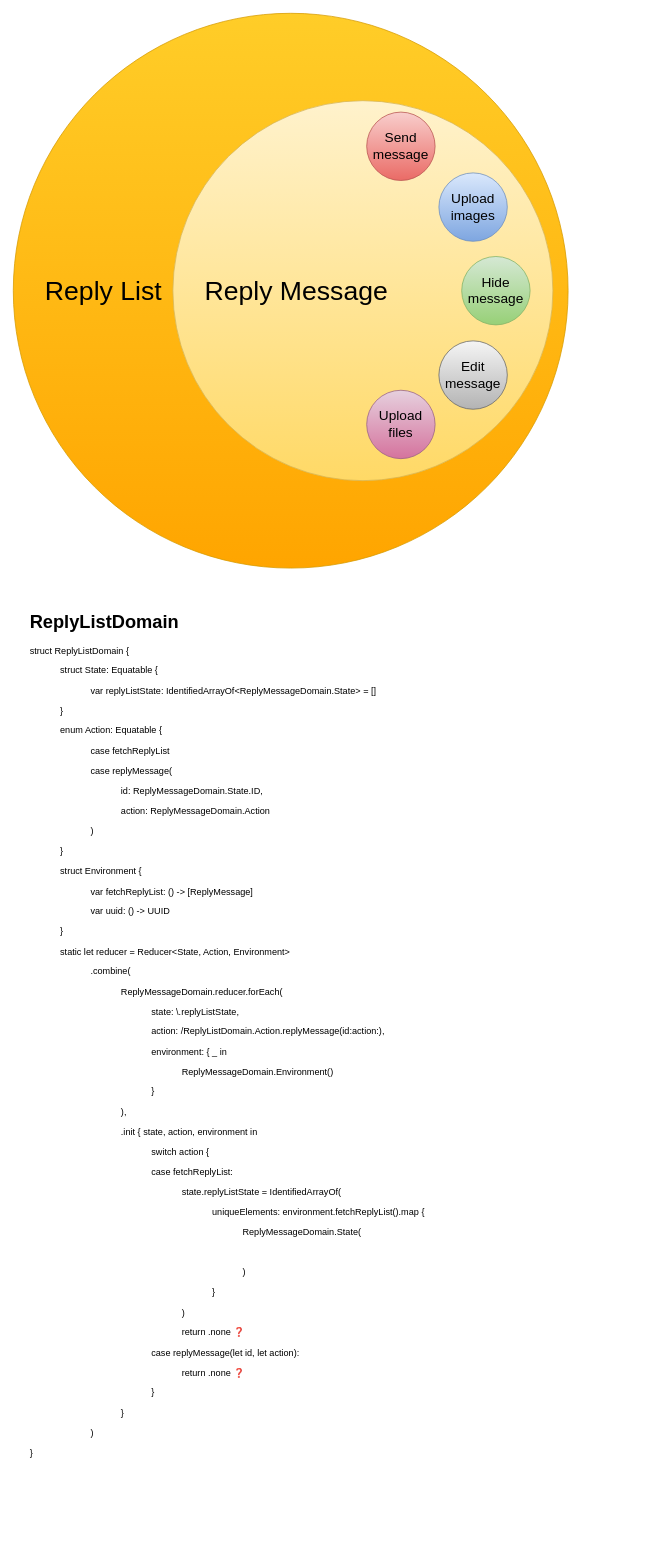
smashandhash/satsuma-apple keeps this draw.io diagram as page "Reply List's TCA" (4 of 4) of Whole App Diagram.drawio. Above is the earlier version. Source tidied: cells renumbered, new cells numbered last; positions are measured from the earlier drawing's top-left corner, leaving out a move shared by most shapes. Both pictures are drawn from the tidied source at 76%, with x=0, y=0 at pixel (13, 13).
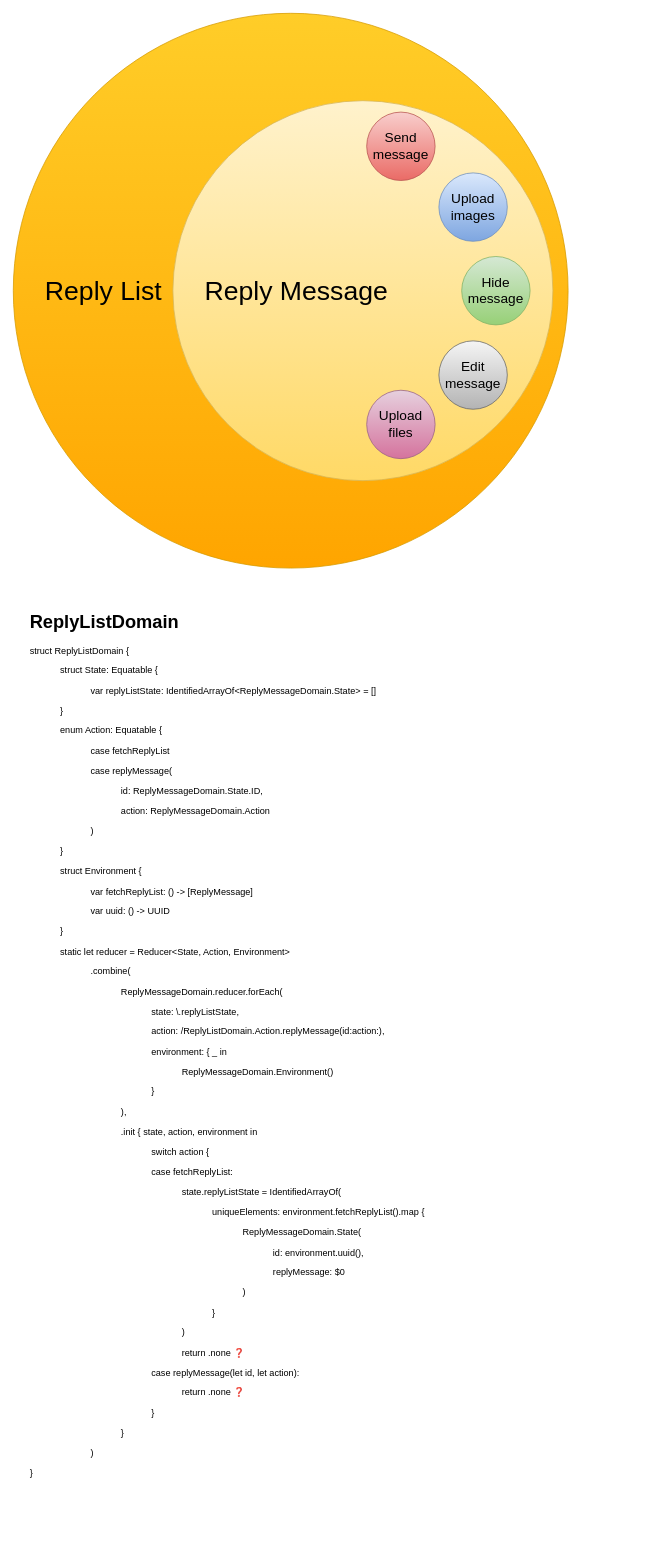
After the change.

Diff of the diagram source:
```diff
@@
 <mxGraphModel>
   <root>
     <mxCell id="0" />
     <mxCell id="1" parent="0" />
     <mxCell id="2" value="&lt;blockquote&gt;&lt;div align=&quot;left&quot;&gt;&lt;font style=&quot;font-size: 35px;&quot;&gt;Reply List&lt;/font&gt;&lt;/div&gt;&lt;/blockquote&gt;" style="ellipse;whiteSpace=wrap;html=1;align=left;fillColor=#ffcd28;strokeColor=#d79b00;gradientColor=#ffa500;" parent="1" vertex="1">
       <mxGeometry width="730" height="730" as="geometry" />
     </mxCell>
     <mxCell id="3" value="&lt;blockquote&gt;&lt;div align=&quot;left&quot;&gt;&lt;font style=&quot;font-size: 35px;&quot;&gt;Reply Message&lt;/font&gt;&lt;/div&gt;&lt;/blockquote&gt;" style="ellipse;whiteSpace=wrap;html=1;align=left;fillColor=#fff2cc;gradientColor=#ffd966;strokeColor=#d6b656;" parent="1" vertex="1">
       <mxGeometry x="210" y="115" width="500" height="500" as="geometry" />
     </mxCell>
     <mxCell id="4" value="Send message" style="ellipse;whiteSpace=wrap;html=1;fontSize=18;fillColor=#f8cecc;gradientColor=#ea6b66;strokeColor=#b85450;" parent="1" vertex="1">
       <mxGeometry x="465" y="130" width="90" height="90" as="geometry" />
     </mxCell>
     <mxCell id="5" value="Upload images" style="ellipse;whiteSpace=wrap;html=1;fontSize=18;fillColor=#dae8fc;gradientColor=#7ea6e0;strokeColor=#6c8ebf;" parent="1" vertex="1">
       <mxGeometry x="560" y="210" width="90" height="90" as="geometry" />
     </mxCell>
     <mxCell id="6" value="Edit message" style="ellipse;whiteSpace=wrap;html=1;fontSize=18;fillColor=#f5f5f5;gradientColor=#b3b3b3;strokeColor=#666666;" parent="1" vertex="1">
       <mxGeometry x="560" y="431" width="90" height="90" as="geometry" />
     </mxCell>
     <mxCell id="7" value="Hide message" style="ellipse;whiteSpace=wrap;html=1;fontSize=18;fillColor=#d5e8d4;gradientColor=#97d077;strokeColor=#82b366;" parent="1" vertex="1">
       <mxGeometry x="590" y="320" width="90" height="90" as="geometry" />
     </mxCell>
     <mxCell id="8" value="Upload files" style="ellipse;whiteSpace=wrap;html=1;fontSize=18;fillColor=#e6d0de;gradientColor=#d5739d;strokeColor=#996185;" parent="1" vertex="1">
       <mxGeometry x="465" y="496" width="90" height="90" as="geometry" />
     </mxCell>
-    <mxCell id="9" value="&lt;h1 style=&quot;margin-top: 0px;&quot;&gt;ReplyListDomain&lt;/h1&gt;&lt;p&gt;struct ReplyListDomain {&lt;/p&gt;&lt;blockquote&gt;&lt;p&gt;struct State: Equatable {&lt;/p&gt;&lt;blockquote&gt;&lt;p&gt;var replyListState: IdentifiedArrayOf&amp;lt;ReplyMessageDomain.State&amp;gt; = []&lt;/p&gt;&lt;/blockquote&gt;&lt;p&gt;}&lt;/p&gt;&lt;p&gt;enum Action: Equatable {&lt;/p&gt;&lt;blockquote&gt;&lt;p&gt;case fetchReplyList&lt;/p&gt;&lt;p&gt;case replyMessage(&lt;/p&gt;&lt;blockquote&gt;&lt;p&gt;id: ReplyMessageDomain.State.ID,&amp;nbsp;&lt;/p&gt;&lt;p&gt;action: ReplyMessageDomain.Action&lt;/p&gt;&lt;/blockquote&gt;&lt;p&gt;)&lt;/p&gt;&lt;/blockquote&gt;&lt;p&gt;}&lt;/p&gt;&lt;p&gt;struct Environment {&lt;/p&gt;&lt;blockquote&gt;&lt;p&gt;var fetchReplyList: () -&amp;gt; [ReplyMessage]&lt;/p&gt;&lt;p&gt;var uuid: () -&amp;gt; UUID&lt;/p&gt;&lt;/blockquote&gt;&lt;p&gt;}&lt;/p&gt;&lt;p&gt;static let reducer = Reducer&amp;lt;State, Action, Environment&amp;gt;&lt;/p&gt;&lt;blockquote&gt;&lt;p&gt;.combine(&lt;/p&gt;&lt;blockquote&gt;&lt;p&gt;ReplyMessageDomain.reducer.forEach(&lt;/p&gt;&lt;blockquote&gt;&lt;p&gt;state: \.replyListState,&lt;/p&gt;&lt;p&gt;action: /ReplyListDomain.Action.replyMessage(id:action:),&lt;/p&gt;&lt;p&gt;environment: { _ in&lt;/p&gt;&lt;/blockquote&gt;&lt;blockquote&gt;&lt;blockquote&gt;&lt;p&gt;ReplyMessageDomain.Environment()&lt;/p&gt;&lt;/blockquote&gt;&lt;/blockquote&gt;&lt;blockquote&gt;&lt;p&gt;}&lt;/p&gt;&lt;/blockquote&gt;&lt;p&gt;),&lt;/p&gt;&lt;/blockquote&gt;&lt;blockquote&gt;&lt;p&gt;.init { state, action, environment in&lt;/p&gt;&lt;blockquote&gt;&lt;p&gt;switch action {&lt;/p&gt;&lt;p&gt;case fetchReplyList:&lt;/p&gt;&lt;blockquote&gt;&lt;p&gt;state.replyListState = IdentifiedArrayOf(&lt;/p&gt;&lt;blockquote&gt;&lt;p&gt;uniqueElements: environment.fetchReplyList().map {&lt;/p&gt;&lt;blockquote&gt;&lt;p&gt;ReplyMessageDomain.State(&lt;/p&gt;&lt;blockquote&gt;&lt;p&gt;&lt;br&gt;&lt;/p&gt;&lt;/blockquote&gt;&lt;p&gt;)&lt;/p&gt;&lt;/blockquote&gt;&lt;p&gt;}&lt;/p&gt;&lt;/blockquote&gt;&lt;p&gt;)&lt;/p&gt;&lt;/blockquote&gt;&lt;blockquote&gt;return .none&amp;nbsp;❓&lt;/blockquote&gt;&lt;p&gt;case replyMessage(let id, let action):&lt;/p&gt;&lt;blockquote&gt;&lt;p&gt;return .none ❓&lt;/p&gt;&lt;/blockquote&gt;&lt;p&gt;}&lt;/p&gt;&lt;/blockquote&gt;&lt;p&gt;}&lt;/p&gt;&lt;/blockquote&gt;&lt;p&gt;)&lt;/p&gt;&lt;/blockquote&gt;&lt;/blockquote&gt;&lt;p&gt;}&lt;/p&gt;" style="text;html=1;whiteSpace=wrap;overflow=hidden;rounded=0;" parent="1" vertex="1">
+    <mxCell id="9" value="&lt;h1 style=&quot;margin-top: 0px;&quot;&gt;ReplyListDomain&lt;/h1&gt;&lt;p&gt;struct ReplyListDomain {&lt;/p&gt;&lt;blockquote&gt;&lt;p&gt;struct State: Equatable {&lt;/p&gt;&lt;blockquote&gt;&lt;p&gt;var replyListState: IdentifiedArrayOf&amp;lt;ReplyMessageDomain.State&amp;gt; = []&lt;/p&gt;&lt;/blockquote&gt;&lt;p&gt;}&lt;/p&gt;&lt;p&gt;enum Action: Equatable {&lt;/p&gt;&lt;blockquote&gt;&lt;p&gt;case fetchReplyList&lt;/p&gt;&lt;p&gt;case replyMessage(&lt;/p&gt;&lt;blockquote&gt;&lt;p&gt;id: ReplyMessageDomain.State.ID,&amp;nbsp;&lt;/p&gt;&lt;p&gt;action: ReplyMessageDomain.Action&lt;/p&gt;&lt;/blockquote&gt;&lt;p&gt;)&lt;/p&gt;&lt;/blockquote&gt;&lt;p&gt;}&lt;/p&gt;&lt;p&gt;struct Environment {&lt;/p&gt;&lt;blockquote&gt;&lt;p&gt;var fetchReplyList: () -&amp;gt; [ReplyMessage]&lt;/p&gt;&lt;p&gt;var uuid: () -&amp;gt; UUID&lt;/p&gt;&lt;/blockquote&gt;&lt;p&gt;}&lt;/p&gt;&lt;p&gt;static let reducer = Reducer&amp;lt;State, Action, Environment&amp;gt;&lt;/p&gt;&lt;blockquote&gt;&lt;p&gt;.combine(&lt;/p&gt;&lt;blockquote&gt;&lt;p&gt;ReplyMessageDomain.reducer.forEach(&lt;/p&gt;&lt;blockquote&gt;&lt;p&gt;state: \.replyListState,&lt;/p&gt;&lt;p&gt;action: /ReplyListDomain.Action.replyMessage(id:action:),&lt;/p&gt;&lt;p&gt;environment: { _ in&lt;/p&gt;&lt;/blockquote&gt;&lt;blockquote&gt;&lt;blockquote&gt;&lt;p&gt;ReplyMessageDomain.Environment()&lt;/p&gt;&lt;/blockquote&gt;&lt;/blockquote&gt;&lt;blockquote&gt;&lt;p&gt;}&lt;/p&gt;&lt;/blockquote&gt;&lt;p&gt;),&lt;/p&gt;&lt;/blockquote&gt;&lt;blockquote&gt;&lt;p&gt;.init { state, action, environment in&lt;/p&gt;&lt;blockquote&gt;&lt;p&gt;switch action {&lt;/p&gt;&lt;p&gt;case fetchReplyList:&lt;/p&gt;&lt;blockquote&gt;&lt;p&gt;state.replyListState = IdentifiedArrayOf(&lt;/p&gt;&lt;blockquote&gt;&lt;p&gt;uniqueElements: environment.fetchReplyList().map {&lt;/p&gt;&lt;blockquote&gt;&lt;p&gt;ReplyMessageDomain.State(&lt;/p&gt;&lt;blockquote&gt;&lt;p&gt;id: environment.uuid(),&lt;/p&gt;&lt;p&gt;replyMessage: $0&lt;/p&gt;&lt;/blockquote&gt;&lt;p&gt;)&lt;/p&gt;&lt;/blockquote&gt;&lt;p&gt;}&lt;/p&gt;&lt;/blockquote&gt;&lt;p&gt;)&lt;/p&gt;&lt;/blockquote&gt;&lt;blockquote&gt;return .none&amp;nbsp;❓&lt;/blockquote&gt;&lt;p&gt;case replyMessage(let id, let action):&lt;/p&gt;&lt;blockquote&gt;&lt;p&gt;return .none ❓&lt;/p&gt;&lt;/blockquote&gt;&lt;p&gt;}&lt;/p&gt;&lt;/blockquote&gt;&lt;p&gt;}&lt;/p&gt;&lt;/blockquote&gt;&lt;p&gt;)&lt;/p&gt;&lt;/blockquote&gt;&lt;/blockquote&gt;&lt;p&gt;}&lt;/p&gt;" style="text;html=1;whiteSpace=wrap;overflow=hidden;rounded=0;" parent="1" vertex="1">
       <mxGeometry x="20" y="780" width="820" height="1220" as="geometry" />
     </mxCell>
   </root>
 </mxGraphModel>
```
